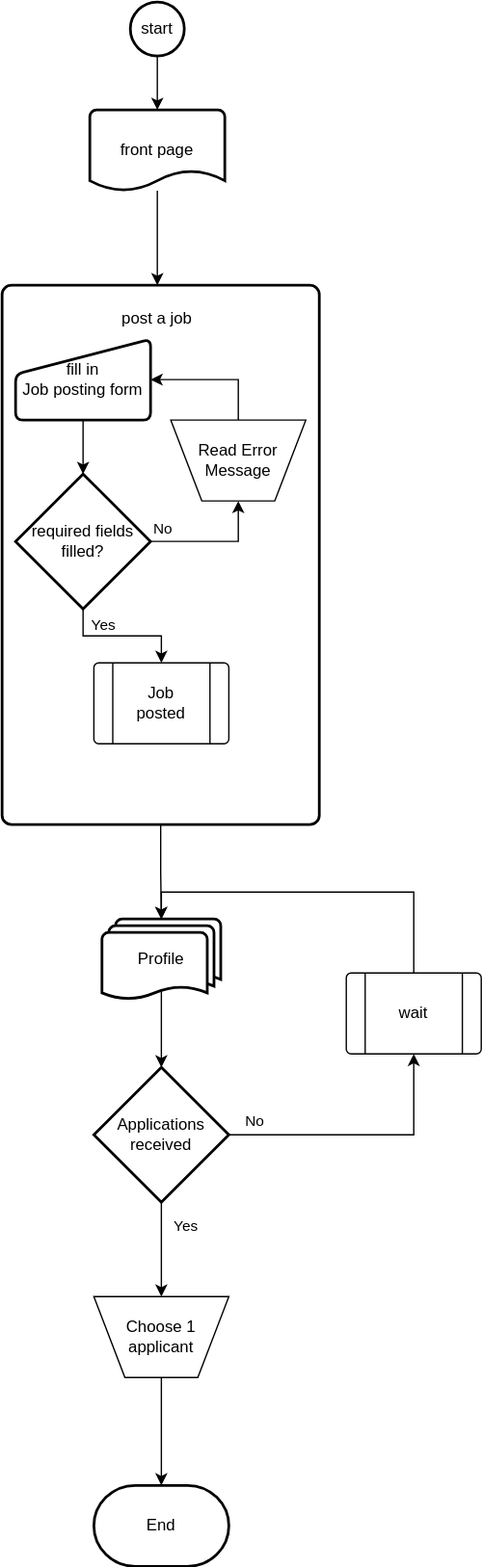
This is Docs/job_lifecycle.svg from o-brand/aidoo, a draw.io export, as it was before one commit. Source tidied: cells renumbered, new cells last; positions are measured from the earlier drawing's top-left corner, leaving out a move shared by most shapes. Its diagram source:
```xml
<mxGraphModel>
  <root>
    <mxCell id="0" />
    <mxCell id="1" parent="0" />
    <mxCell id="2" style="edgeStyle=orthogonalEdgeStyle;rounded=0;jettySize=auto;html=1;" parent="1" edge="1" source="3" target="5">
      <mxGeometry relative="1" as="geometry" />
    </mxCell>
    <mxCell id="3" value="start" style="strokeWidth=2;html=1;shape=mxgraph.flowchart.start_2;whiteSpace=wrap;" parent="1" vertex="1">
      <mxGeometry x="95" width="40" height="40" as="geometry" />
    </mxCell>
    <mxCell id="4" style="edgeStyle=orthogonalEdgeStyle;rounded=0;jettySize=auto;html=1;" parent="1" edge="1" source="5">
      <mxGeometry relative="1" as="geometry">
        <mxPoint x="115" y="210" as="targetPoint" />
      </mxGeometry>
    </mxCell>
    <mxCell id="5" value="front page" style="strokeWidth=2;html=1;shape=mxgraph.flowchart.document2;whiteSpace=wrap;size=0.25;" parent="1" vertex="1">
      <mxGeometry x="65" y="80" width="100" height="60" as="geometry" />
    </mxCell>
    <mxCell id="6" style="edgeStyle=orthogonalEdgeStyle;rounded=0;jettySize=auto;html=1;exitX=0.5;exitY=1;exitDx=0;exitDy=0;entryX=0.5;entryY=0;entryDx=0;entryDy=0;entryPerimeter=0;" parent="1" edge="1" source="7">
      <mxGeometry relative="1" as="geometry">
        <mxPoint x="118" y="680" as="targetPoint" />
      </mxGeometry>
    </mxCell>
    <mxCell id="7" style="rounded=1;whiteSpace=wrap;html=1;absoluteArcSize=1;arcSize=14;strokeWidth=2;" parent="1" vertex="1">
      <mxGeometry y="210" width="235" height="400" as="geometry" />
    </mxCell>
    <mxCell id="8" style="edgeStyle=orthogonalEdgeStyle;rounded=0;jettySize=auto;html=1;" parent="1" edge="1" target="14">
      <mxGeometry relative="1" as="geometry">
        <mxPoint x="60" y="310" as="sourcePoint" />
      </mxGeometry>
    </mxCell>
    <mxCell id="9" value="post a job" style="text;html=1;strokeColor=none;fillColor=none;align=center;verticalAlign=middle;whiteSpace=wrap;rounded=0;" parent="1" vertex="1">
      <mxGeometry x="85" y="220" width="60" height="30" as="geometry" />
    </mxCell>
    <mxCell id="10" style="edgeStyle=orthogonalEdgeStyle;rounded=0;jettySize=auto;html=1;exitX=1;exitY=0.5;exitDx=0;exitDy=0;exitPerimeter=0;entryX=0.5;entryY=1;entryDx=0;entryDy=0;" parent="1" edge="1" source="14" target="16">
      <mxGeometry relative="1" as="geometry" />
    </mxCell>
    <mxCell id="11" value="No" style="edgeLabel;html=1;align=center;verticalAlign=middle;" parent="10" vertex="1">
      <mxGeometry x="-0.64" y="-1" relative="1" as="geometry">
        <mxPoint x="-9" y="-11" as="offset" />
      </mxGeometry>
    </mxCell>
    <mxCell id="12" style="edgeStyle=orthogonalEdgeStyle;rounded=0;jettySize=auto;html=1;exitX=0.5;exitY=1;exitDx=0;exitDy=0;exitPerimeter=0;entryX=0.5;entryY=0;entryDx=0;entryDy=0;" parent="1" edge="1" source="14" target="17">
      <mxGeometry relative="1" as="geometry" />
    </mxCell>
    <mxCell id="13" value="Yes" style="edgeLabel;html=1;align=center;verticalAlign=middle;" parent="12" vertex="1">
      <mxGeometry x="-0.76" relative="1" as="geometry">
        <mxPoint x="14" y="-1" as="offset" />
      </mxGeometry>
    </mxCell>
    <mxCell id="14" value="required fields&lt;br&gt;filled?" style="strokeWidth=2;html=1;shape=mxgraph.flowchart.decision;whiteSpace=wrap;" parent="1" vertex="1">
      <mxGeometry x="10" y="350" width="100" height="100" as="geometry" />
    </mxCell>
    <mxCell id="15" style="edgeStyle=orthogonalEdgeStyle;rounded=0;jettySize=auto;html=1;exitX=0.5;exitY=0;exitDx=0;exitDy=0;entryX=1;entryY=0.5;entryDx=0;entryDy=0;" parent="1" edge="1" source="16" target="18">
      <mxGeometry relative="1" as="geometry" />
    </mxCell>
    <mxCell id="16" value="Read Error&lt;br&gt;Message" style="verticalLabelPosition=middle;verticalAlign=middle;html=1;shape=trapezoid;perimeter=trapezoidPerimeter;whiteSpace=wrap;size=0.23;arcSize=10;flipV=1;labelPosition=center;align=center;" parent="1" vertex="1">
      <mxGeometry x="125" y="310" width="100" height="60" as="geometry" />
    </mxCell>
    <mxCell id="17" style="verticalLabelPosition=bottom;verticalAlign=top;html=1;shape=process;whiteSpace=wrap;rounded=1;size=0.14;arcSize=6;" parent="1" vertex="1">
      <mxGeometry x="68" y="490" width="100" height="60" as="geometry" />
    </mxCell>
    <mxCell id="18" value="fill in&lt;br&gt;Job posting form" style="html=1;strokeWidth=2;shape=manualInput;whiteSpace=wrap;rounded=1;size=26;arcSize=11;" parent="1" vertex="1">
      <mxGeometry x="10" y="250" width="100" height="60" as="geometry" />
    </mxCell>
    <mxCell id="19" value="Job posted" style="text;html=1;strokeColor=none;fillColor=none;align=center;verticalAlign=middle;whiteSpace=wrap;rounded=0;" parent="1" vertex="1">
      <mxGeometry x="88" y="505" width="60" height="30" as="geometry" />
    </mxCell>
    <mxCell id="20" style="edgeStyle=orthogonalEdgeStyle;rounded=0;jettySize=auto;html=1;exitX=0.5;exitY=0.88;exitDx=0;exitDy=0;exitPerimeter=0;entryX=0.5;entryY=0;entryDx=0;entryDy=0;entryPerimeter=0;" parent="1" edge="1" source="21">
      <mxGeometry relative="1" as="geometry">
        <mxPoint x="118" y="790" as="targetPoint" />
      </mxGeometry>
    </mxCell>
    <mxCell id="21" value="Profile" style="strokeWidth=2;html=1;shape=mxgraph.flowchart.multi-document;whiteSpace=wrap;" parent="1" vertex="1">
      <mxGeometry x="74" y="680" width="88" height="60" as="geometry" />
    </mxCell>
    <mxCell id="22" style="edgeStyle=orthogonalEdgeStyle;rounded=0;jettySize=auto;html=1;exitX=0.5;exitY=1;exitDx=0;exitDy=0;exitPerimeter=0;entryX=0.5;entryY=0;entryDx=0;entryDy=0;" parent="1" edge="1" source="25" target="28">
      <mxGeometry relative="1" as="geometry" />
    </mxCell>
    <mxCell id="23" value="Yes" style="edgeLabel;html=1;align=center;verticalAlign=middle;" parent="22" vertex="1">
      <mxGeometry x="-0.29" y="-6" relative="1" as="geometry">
        <mxPoint x="23" y="-8" as="offset" />
      </mxGeometry>
    </mxCell>
    <mxCell id="24" value="No" style="edgeStyle=orthogonalEdgeStyle;rounded=0;jettySize=auto;html=1;exitX=1;exitY=0.5;exitDx=0;exitDy=0;exitPerimeter=0;entryX=0.5;entryY=1;entryDx=0;entryDy=0;" parent="1" edge="1" source="25" target="30">
      <mxGeometry x="-0.81" y="10" relative="1" as="geometry" />
    </mxCell>
    <mxCell id="25" value="Applications&lt;br&gt;received" style="strokeWidth=2;html=1;shape=mxgraph.flowchart.decision;whiteSpace=wrap;" parent="1" vertex="1">
      <mxGeometry x="68" y="790" width="100" height="100" as="geometry" />
    </mxCell>
    <mxCell id="26" style="edgeStyle=orthogonalEdgeStyle;rounded=0;jettySize=auto;html=1;exitX=0.5;exitY=1;exitDx=0;exitDy=0;entryX=0.5;entryY=0;entryDx=0;entryDy=0;entryPerimeter=0;" parent="1" edge="1" source="28" target="27">
      <mxGeometry relative="1" as="geometry" />
    </mxCell>
    <mxCell id="27" value="End" style="strokeWidth=2;html=1;shape=mxgraph.flowchart.terminator;whiteSpace=wrap;" parent="1" vertex="1">
      <mxGeometry x="68" y="1100" width="100" height="60" as="geometry" />
    </mxCell>
    <mxCell id="28" value="Choose 1&lt;br&gt;applicant" style="verticalLabelPosition=middle;verticalAlign=middle;html=1;shape=trapezoid;perimeter=trapezoidPerimeter;whiteSpace=wrap;size=0.23;arcSize=10;flipV=1;labelPosition=center;align=center;" parent="1" vertex="1">
      <mxGeometry x="68" y="960" width="100" height="60" as="geometry" />
    </mxCell>
    <mxCell id="29" style="edgeStyle=orthogonalEdgeStyle;rounded=0;jettySize=auto;html=1;exitX=0.5;exitY=0;exitDx=0;exitDy=0;entryX=0.5;entryY=0;entryDx=0;entryDy=0;entryPerimeter=0;" parent="1" edge="1" source="30" target="21">
      <mxGeometry relative="1" as="geometry" />
    </mxCell>
    <mxCell id="30" style="verticalLabelPosition=bottom;verticalAlign=top;html=1;shape=process;whiteSpace=wrap;rounded=1;size=0.14;arcSize=6;" parent="1" vertex="1">
      <mxGeometry x="255" y="720" width="100" height="60" as="geometry" />
    </mxCell>
    <mxCell id="31" value="wait" style="text;html=1;strokeColor=none;fillColor=none;align=center;verticalAlign=middle;whiteSpace=wrap;rounded=0;" parent="1" vertex="1">
      <mxGeometry x="275" y="735" width="60" height="30" as="geometry" />
    </mxCell>
  </root>
</mxGraphModel>
```
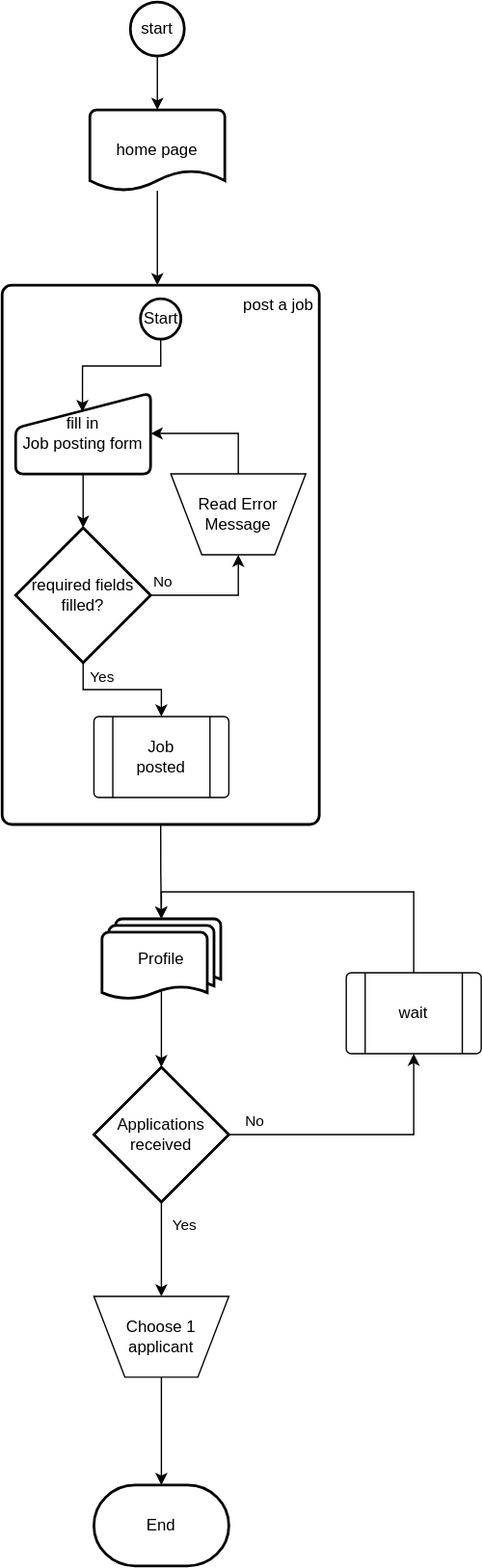
After the change.

Commit message:
updated docs after the review

Diff of the diagram source:
```diff
@@ -13,7 +13,7 @@
         <mxPoint x="115" y="210" as="targetPoint" />
       </mxGeometry>
     </mxCell>
-    <mxCell id="5" value="front page" style="strokeWidth=2;html=1;shape=mxgraph.flowchart.document2;whiteSpace=wrap;size=0.25;" parent="1" vertex="1">
+    <mxCell id="5" value="home page" style="strokeWidth=2;html=1;shape=mxgraph.flowchart.document2;whiteSpace=wrap;size=0.25;" parent="1" vertex="1">
       <mxGeometry x="65" y="80" width="100" height="60" as="geometry" />
     </mxCell>
     <mxCell id="6" style="edgeStyle=orthogonalEdgeStyle;rounded=0;jettySize=auto;html=1;exitX=0.5;exitY=1;exitDx=0;exitDy=0;entryX=0.5;entryY=0;entryDx=0;entryDy=0;entryPerimeter=0;" parent="1" edge="1" source="7">
@@ -26,11 +26,11 @@
     </mxCell>
     <mxCell id="8" style="edgeStyle=orthogonalEdgeStyle;rounded=0;jettySize=auto;html=1;" parent="1" edge="1" target="14">
       <mxGeometry relative="1" as="geometry">
-        <mxPoint x="60" y="310" as="sourcePoint" />
+        <mxPoint x="60" y="350" as="sourcePoint" />
       </mxGeometry>
     </mxCell>
     <mxCell id="9" value="post a job" style="text;html=1;strokeColor=none;fillColor=none;align=center;verticalAlign=middle;whiteSpace=wrap;rounded=0;" parent="1" vertex="1">
-      <mxGeometry x="85" y="220" width="60" height="30" as="geometry" />
+      <mxGeometry x="175" y="210" width="60" height="30" as="geometry" />
     </mxCell>
     <mxCell id="10" style="edgeStyle=orthogonalEdgeStyle;rounded=0;jettySize=auto;html=1;exitX=1;exitY=0.5;exitDx=0;exitDy=0;exitPerimeter=0;entryX=0.5;entryY=1;entryDx=0;entryDy=0;" parent="1" edge="1" source="14" target="16">
       <mxGeometry relative="1" as="geometry" />
@@ -49,22 +49,22 @@
       </mxGeometry>
     </mxCell>
     <mxCell id="14" value="required fields&lt;br&gt;filled?" style="strokeWidth=2;html=1;shape=mxgraph.flowchart.decision;whiteSpace=wrap;" parent="1" vertex="1">
-      <mxGeometry x="10" y="350" width="100" height="100" as="geometry" />
+      <mxGeometry x="10" y="390" width="100" height="100" as="geometry" />
     </mxCell>
     <mxCell id="15" style="edgeStyle=orthogonalEdgeStyle;rounded=0;jettySize=auto;html=1;exitX=0.5;exitY=0;exitDx=0;exitDy=0;entryX=1;entryY=0.5;entryDx=0;entryDy=0;" parent="1" edge="1" source="16" target="18">
       <mxGeometry relative="1" as="geometry" />
     </mxCell>
     <mxCell id="16" value="Read Error&lt;br&gt;Message" style="verticalLabelPosition=middle;verticalAlign=middle;html=1;shape=trapezoid;perimeter=trapezoidPerimeter;whiteSpace=wrap;size=0.23;arcSize=10;flipV=1;labelPosition=center;align=center;" parent="1" vertex="1">
-      <mxGeometry x="125" y="310" width="100" height="60" as="geometry" />
+      <mxGeometry x="125" y="350" width="100" height="60" as="geometry" />
     </mxCell>
     <mxCell id="17" style="verticalLabelPosition=bottom;verticalAlign=top;html=1;shape=process;whiteSpace=wrap;rounded=1;size=0.14;arcSize=6;" parent="1" vertex="1">
-      <mxGeometry x="68" y="490" width="100" height="60" as="geometry" />
+      <mxGeometry x="68" y="530" width="100" height="60" as="geometry" />
     </mxCell>
     <mxCell id="18" value="fill in&lt;br&gt;Job posting form" style="html=1;strokeWidth=2;shape=manualInput;whiteSpace=wrap;rounded=1;size=26;arcSize=11;" parent="1" vertex="1">
-      <mxGeometry x="10" y="250" width="100" height="60" as="geometry" />
+      <mxGeometry x="10" y="290" width="100" height="60" as="geometry" />
     </mxCell>
     <mxCell id="19" value="Job posted" style="text;html=1;strokeColor=none;fillColor=none;align=center;verticalAlign=middle;whiteSpace=wrap;rounded=0;" parent="1" vertex="1">
-      <mxGeometry x="88" y="505" width="60" height="30" as="geometry" />
+      <mxGeometry x="88" y="545" width="60" height="30" as="geometry" />
     </mxCell>
     <mxCell id="20" style="edgeStyle=orthogonalEdgeStyle;rounded=0;jettySize=auto;html=1;exitX=0.5;exitY=0.88;exitDx=0;exitDy=0;exitPerimeter=0;entryX=0.5;entryY=0;entryDx=0;entryDy=0;entryPerimeter=0;" parent="1" edge="1" source="21">
       <mxGeometry relative="1" as="geometry">
@@ -106,5 +106,11 @@
     <mxCell id="31" value="wait" style="text;html=1;strokeColor=none;fillColor=none;align=center;verticalAlign=middle;whiteSpace=wrap;rounded=0;" parent="1" vertex="1">
       <mxGeometry x="275" y="735" width="60" height="30" as="geometry" />
     </mxCell>
+    <mxCell id="32" style="edgeStyle=orthogonalEdgeStyle;rounded=0;jettySize=auto;html=1;exitX=0.5;exitY=1;exitDx=0;exitDy=0;exitPerimeter=0;entryX=0.495;entryY=0.236;entryDx=0;entryDy=0;entryPerimeter=0;" parent="1" edge="1" source="33" target="18">
+      <mxGeometry relative="1" as="geometry" />
+    </mxCell>
+    <mxCell id="33" value="Start" style="strokeWidth=2;html=1;shape=mxgraph.flowchart.start_2;whiteSpace=wrap;" parent="1" vertex="1">
+      <mxGeometry x="102.5" y="220" width="30" height="30" as="geometry" />
+    </mxCell>
   </root>
 </mxGraphModel>
```
